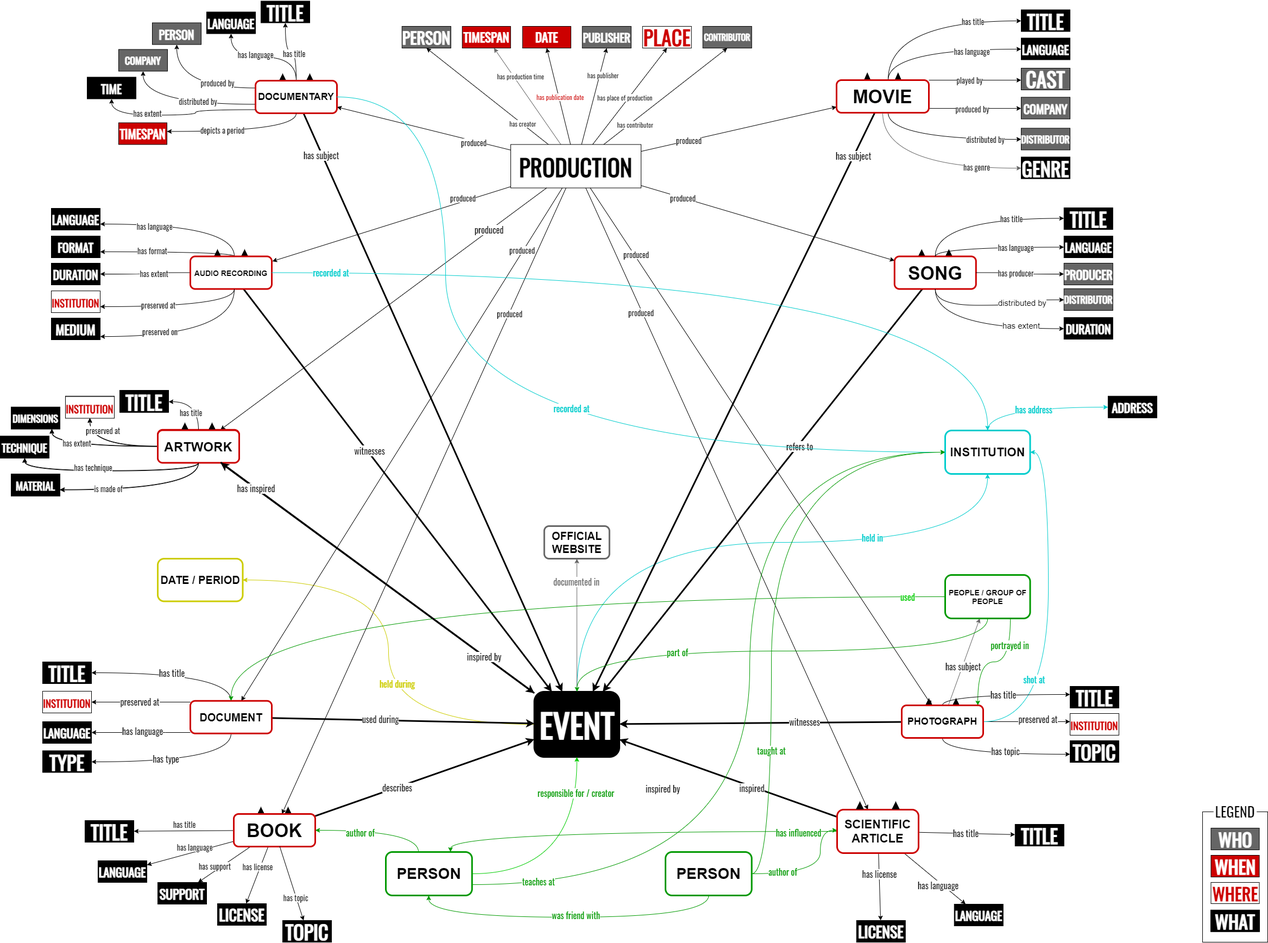
lauratravaglini/spelod.github.io keeps this draw.io diagram as assets/img/lucifer/SPE_Theoretical_Model_2.png. Above is the earlier version. Source tidied: cells renumbered, new cells last; positions are measured from the earlier drawing's top-left corner, leaving out a move shared by most shapes.
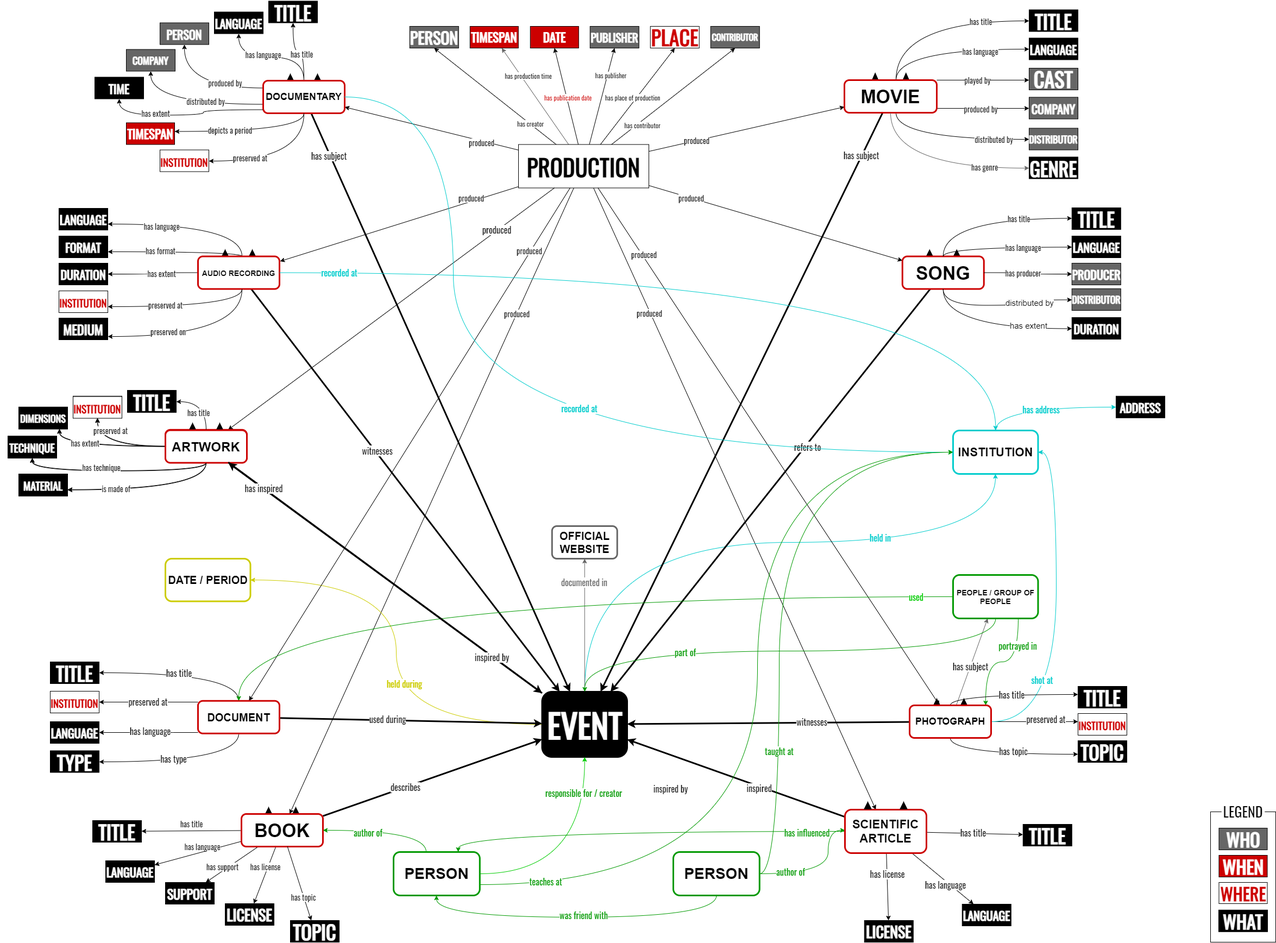
The same file after the commit.

Diff of the diagram source:
```diff
@@ -1225,5 +1225,20 @@
     <mxCell id="289" value="has topic" style="edgeLabel;html=1;align=center;verticalAlign=middle;fontSize=14;fontColor=#000000;fontFamily=Oswald;" parent="288" vertex="1">
       <mxGeometry x="0.36" y="-1" relative="1" as="geometry" />
     </mxCell>
+    <mxCell id="290" value="&lt;font style=&quot;font-size: 19px;&quot;&gt;INSTITUTION&lt;/font&gt;" style="rounded=0;whiteSpace=wrap;html=1;sketch=0;fontSize=22;fillStyle=auto;fontStyle=1;fontFamily=Oswald;fontSource=https%3A%2F%2Ffonts.googleapis.com%2Fcss%3Ffamily%3DOswald;fillColor=#FFFFFF;fontColor=#CC0000;" parent="1" vertex="1">
+      <mxGeometry x="280" y="273.5" width="90" height="40" as="geometry" />
+    </mxCell>
+    <mxCell id="291" style="edgeStyle=orthogonalEdgeStyle;rounded=0;jettySize=auto;html=1;curved=1;" parent="1" edge="1" source="162" target="290">
+      <mxGeometry relative="1" as="geometry">
+        <Array as="points">
+          <mxPoint x="545" y="294" />
+        </Array>
+      </mxGeometry>
+    </mxCell>
+    <mxCell id="292" value="preserved at" style="edgeLabel;html=1;align=center;verticalAlign=middle;fontFamily=Oswald;fontSize=14;" parent="291" vertex="1">
+      <mxGeometry x="0.49" y="-3" relative="1" as="geometry">
+        <mxPoint x="8" y="-4" as="offset" />
+      </mxGeometry>
+    </mxCell>
   </root>
 </mxGraphModel>
```
